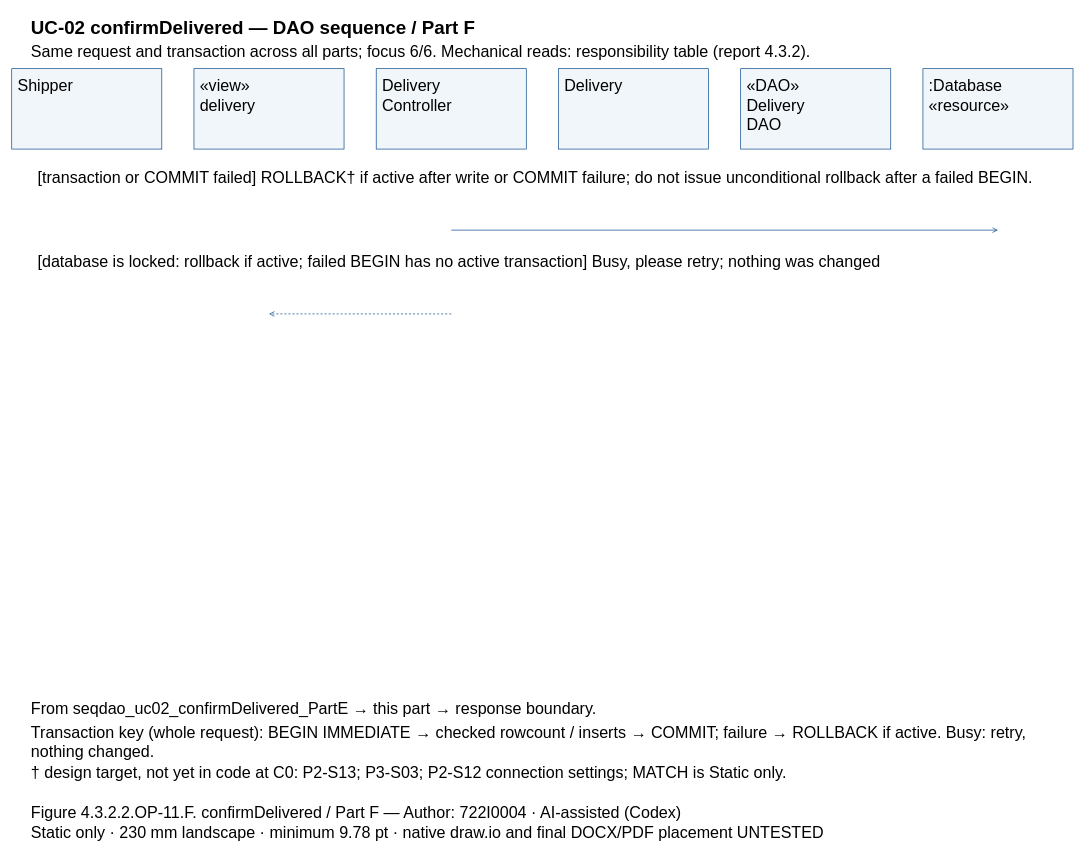
Before: models/UC-02/seqdao_uc02_confirmDelivered_PartF.drawio in Dat071104/SaigonBite, a draw.io diagram. Source tidied: cells renumbered, new cells numbered last; positions are measured from the earlier drawing's top-left corner, leaving out a move shared by most shapes. Both pictures are drawn from the tidied source at 67%, with x=0, y=0 at pixel (11, 11).
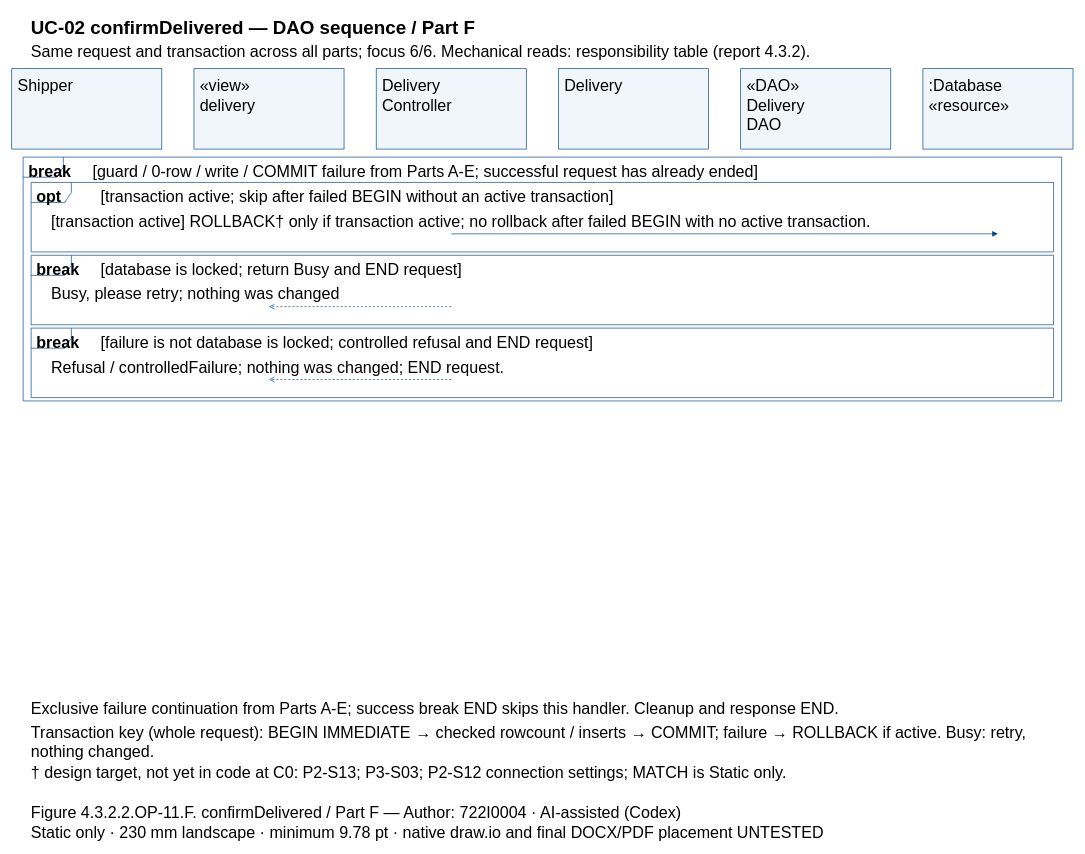
The same page after the edit.

Diff of the diagram source:
```diff
@@
+    <mxCell id="29" style="shape=umlFrame;fillColor=none;strokeColor=#004387;" parent="1" vertex="1">
+      <mxGeometry x="17" y="217" width="1550" height="363.9" as="geometry" />
+    </mxCell>
+    <mxCell id="30" style="shape=umlFrame;fillColor=none;strokeColor=#004387;" parent="1" vertex="1">
+      <mxGeometry x="29" y="254.8" width="1526" height="103.7" as="geometry" />
+    </mxCell>
+    <mxCell id="31" style="shape=umlFrame;fillColor=none;strokeColor=#004387;" parent="1" vertex="1">
+      <mxGeometry x="29" y="363.5" width="1526" height="103.7" as="geometry" />
+    </mxCell>
+    <mxCell id="32" style="shape=umlFrame;fillColor=none;strokeColor=#004387;" parent="1" vertex="1">
+      <mxGeometry x="29" y="472.2" width="1526" height="103.7" as="geometry" />
+    </mxCell>
@@
-    <mxCell id="5" value="Shipper" style="text;html=0;whiteSpace=wrap;align=left;verticalAlign=top;strokeColor=none;fillColor=none;fontFamily=Arial;fontSize=24;fontStyle=0;" parent="1" vertex="1">
-      <mxGeometry x="7" y="90" width="210" height="27.8" as="geometry" />
-    </mxCell>
+    <mxCell id="9" value="Shipper" style="text;html=0;whiteSpace=wrap;align=left;verticalAlign=top;strokeColor=none;fillColor=none;fontFamily=Arial;fontSize=24;fontStyle=0;" parent="1" vertex="1">
+      <mxGeometry x="7" y="90" width="210" height="27.8" as="geometry" />
+    </mxCell>
@@
-    <mxCell id="7" value="«view»&#10;delivery" style="text;html=0;whiteSpace=wrap;align=left;verticalAlign=top;strokeColor=none;fillColor=none;fontFamily=Arial;fontSize=24;fontStyle=0;" parent="1" vertex="1">
-      <mxGeometry x="279" y="90" width="210" height="55.7" as="geometry" />
-    </mxCell>
+    <mxCell id="11" value="«view»&#10;delivery" style="text;html=0;whiteSpace=wrap;align=left;verticalAlign=top;strokeColor=none;fillColor=none;fontFamily=Arial;fontSize=24;fontStyle=0;" parent="1" vertex="1">
+      <mxGeometry x="279" y="90" width="210" height="55.7" as="geometry" />
+    </mxCell>
@@
-    <mxCell id="9" value="Delivery&#10;Controller" style="text;html=0;whiteSpace=wrap;align=left;verticalAlign=top;strokeColor=none;fillColor=none;fontFamily=Arial;fontSize=24;fontStyle=0;" parent="1" vertex="1">
-      <mxGeometry x="551" y="90" width="210" height="55.7" as="geometry" />
-    </mxCell>
+    <mxCell id="13" value="Delivery&#10;Controller" style="text;html=0;whiteSpace=wrap;align=left;verticalAlign=top;strokeColor=none;fillColor=none;fontFamily=Arial;fontSize=24;fontStyle=0;" parent="1" vertex="1">
+      <mxGeometry x="551" y="90" width="210" height="55.7" as="geometry" />
+    </mxCell>
@@
-    <mxCell id="11" value="Delivery" style="text;html=0;whiteSpace=wrap;align=left;verticalAlign=top;strokeColor=none;fillColor=none;fontFamily=Arial;fontSize=24;fontStyle=0;" parent="1" vertex="1">
-      <mxGeometry x="823" y="90" width="210" height="27.8" as="geometry" />
-    </mxCell>
+    <mxCell id="15" value="Delivery" style="text;html=0;whiteSpace=wrap;align=left;verticalAlign=top;strokeColor=none;fillColor=none;fontFamily=Arial;fontSize=24;fontStyle=0;" parent="1" vertex="1">
+      <mxGeometry x="823" y="90" width="210" height="27.8" as="geometry" />
+    </mxCell>
@@
-    <mxCell id="13" value="«DAO»&#10;Delivery&#10;DAO" style="text;html=0;whiteSpace=wrap;align=left;verticalAlign=top;strokeColor=none;fillColor=none;fontFamily=Arial;fontSize=24;fontStyle=0;" parent="1" vertex="1">
-      <mxGeometry x="1095" y="90" width="210" height="83.5" as="geometry" />
-    </mxCell>
+    <mxCell id="33" value="«DAO»&#10;Delivery&#10;DAO" style="text;html=0;whiteSpace=wrap;align=left;verticalAlign=top;strokeColor=none;fillColor=none;fontFamily=Arial;fontSize=24;fontStyle=0;" parent="1" vertex="1">
+      <mxGeometry x="1095" y="90" width="210" height="83.5" as="geometry" />
+    </mxCell>
@@
-    <mxCell id="15" value=":Database&#10;«resource»" style="text;html=0;whiteSpace=wrap;align=left;verticalAlign=top;strokeColor=none;fillColor=none;fontFamily=Arial;fontSize=24;fontStyle=0;" parent="1" vertex="1">
-      <mxGeometry x="1367" y="90" width="210" height="55.7" as="geometry" />
-    </mxCell>
-    <mxCell id="16" value="[transaction or COMMIT failed] ROLLBACK† if active after write or COMMIT failure; do not issue unconditional rollback after a failed BEGIN." style="text;html=0;whiteSpace=wrap;align=left;verticalAlign=top;strokeColor=none;fillColor=none;fontFamily=Arial;fontSize=24;fontStyle=0;" parent="1" vertex="1">
-      <mxGeometry x="37" y="227" width="1510" height="27.8" as="geometry" />
-    </mxCell>
+    <mxCell id="34" value=":Database&#10;«resource»" style="text;html=0;whiteSpace=wrap;align=left;verticalAlign=top;strokeColor=none;fillColor=none;fontFamily=Arial;fontSize=24;fontStyle=0;" parent="1" vertex="1">
+      <mxGeometry x="1367" y="90" width="210" height="55.7" as="geometry" />
+    </mxCell>
+    <mxCell id="35" value="break" style="text;html=0;whiteSpace=wrap;align=left;verticalAlign=top;strokeColor=none;fillColor=none;fontFamily=Arial;fontSize=24;fontStyle=1;" parent="1" vertex="1">
+      <mxGeometry x="23" y="218" width="84" height="27.8" as="geometry" />
+    </mxCell>
+    <mxCell id="36" value="[guard / 0-row / write / COMMIT failure from Parts A-E; successful request has already ended]" style="text;html=0;whiteSpace=wrap;align=left;verticalAlign=top;strokeColor=none;fillColor=none;fontFamily=Arial;fontSize=24;fontStyle=0;" parent="1" vertex="1">
+      <mxGeometry x="119" y="218" width="1438" height="27.8" as="geometry" />
+    </mxCell>
+    <mxCell id="37" value="opt" style="text;html=0;whiteSpace=wrap;align=left;verticalAlign=top;strokeColor=none;fillColor=none;fontFamily=Arial;fontSize=24;fontStyle=1;" parent="1" vertex="1">
+      <mxGeometry x="35" y="255.8" width="84" height="27.8" as="geometry" />
+    </mxCell>
+    <mxCell id="38" value="[transaction active; skip after failed BEGIN without an active transaction]" style="text;html=0;whiteSpace=wrap;align=left;verticalAlign=top;strokeColor=none;fillColor=none;fontFamily=Arial;fontSize=24;fontStyle=0;" parent="1" vertex="1">
+      <mxGeometry x="131" y="255.8" width="1414" height="27.8" as="geometry" />
+    </mxCell>
+    <mxCell id="39" value="break" style="text;html=0;whiteSpace=wrap;align=left;verticalAlign=top;strokeColor=none;fillColor=none;fontFamily=Arial;fontSize=24;fontStyle=1;" parent="1" vertex="1">
+      <mxGeometry x="35" y="364.5" width="84" height="27.8" as="geometry" />
+    </mxCell>
+    <mxCell id="40" value="[database is locked; return Busy and END request]" style="text;html=0;whiteSpace=wrap;align=left;verticalAlign=top;strokeColor=none;fillColor=none;fontFamily=Arial;fontSize=24;fontStyle=0;" parent="1" vertex="1">
+      <mxGeometry x="131" y="364.5" width="1414" height="27.8" as="geometry" />
+    </mxCell>
+    <mxCell id="41" value="break" style="text;html=0;whiteSpace=wrap;align=left;verticalAlign=top;strokeColor=none;fillColor=none;fontFamily=Arial;fontSize=24;fontStyle=1;" parent="1" vertex="1">
+      <mxGeometry x="35" y="473.2" width="84" height="27.8" as="geometry" />
+    </mxCell>
+    <mxCell id="42" value="[failure is not database is locked; controlled refusal and END request]" style="text;html=0;whiteSpace=wrap;align=left;verticalAlign=top;strokeColor=none;fillColor=none;fontFamily=Arial;fontSize=24;fontStyle=0;" parent="1" vertex="1">
+      <mxGeometry x="131" y="473.2" width="1414" height="27.8" as="geometry" />
+    </mxCell>
+    <mxCell id="43" value="[transaction active] ROLLBACK† only if transaction active; no rollback after failed BEGIN with no active transaction." style="text;html=0;whiteSpace=wrap;align=left;verticalAlign=top;strokeColor=none;fillColor=none;fontFamily=Arial;fontSize=24;fontStyle=0;" parent="1" vertex="1">
+      <mxGeometry x="57" y="292.7" width="1470" height="27.8" as="geometry" />
+    </mxCell>
     <mxCell id="17" style="opacity=0;" parent="1" vertex="1">
-      <mxGeometry x="656" y="326" as="geometry" />
+      <mxGeometry x="656" y="331.5" as="geometry" />
     </mxCell>
     <mxCell id="18" style="opacity=0;" parent="1" vertex="1">
-      <mxGeometry x="1472" y="326" as="geometry" />
+      <mxGeometry x="1472" y="331.5" as="geometry" />
     </mxCell>
-    <mxCell id="19" style="edgeStyle=none;endArrow=open;strokeColor=#004387;exitX=0.5;entryX=0.5;exitPerimeter=0;entryPerimeter=0;" parent="1" edge="1" source="17" target="18">
+    <mxCell id="19" style="edgeStyle=none;endArrow=block;endFill=1;strokeColor=#004387;exitX=0.5;entryX=0.5;exitPerimeter=0;entryPerimeter=0;" parent="1" edge="1" source="17" target="18">
       <mxGeometry relative="1" as="geometry" />
     </mxCell>
-    <mxCell id="20" value="[database is locked: rollback if active; failed BEGIN has no active transaction] Busy, please retry; nothing was changed" style="text;html=0;whiteSpace=wrap;align=left;verticalAlign=top;strokeColor=none;fillColor=none;fontFamily=Arial;fontSize=24;fontStyle=0;" parent="1" vertex="1">
-      <mxGeometry x="37" y="352" width="1510" height="27.8" as="geometry" />
-    </mxCell>
+    <mxCell id="44" value="Busy, please retry; nothing was changed" style="text;html=0;whiteSpace=wrap;align=left;verticalAlign=top;strokeColor=none;fillColor=none;fontFamily=Arial;fontSize=24;fontStyle=0;" parent="1" vertex="1">
+      <mxGeometry x="57" y="401.4" width="1470" height="27.8" as="geometry" />
+    </mxCell>
     <mxCell id="21" style="opacity=0;" parent="1" vertex="1">
-      <mxGeometry x="656" y="451" as="geometry" />
+      <mxGeometry x="656" y="440.2" as="geometry" />
     </mxCell>
     <mxCell id="22" style="opacity=0;" parent="1" vertex="1">
-      <mxGeometry x="384" y="451" as="geometry" />
+      <mxGeometry x="384" y="440.2" as="geometry" />
     </mxCell>
-    <mxCell id="23" style="edgeStyle=none;endArrow=open;strokeColor=#004387;dashed=1;exitX=0.5;entryX=0.5;exitPerimeter=0;entryPerimeter=0;" parent="1" edge="1" source="21" target="22">
+    <mxCell id="23" style="edgeStyle=none;endArrow=open;endFill=0;strokeColor=#004387;dashed=1;exitX=0.5;entryX=0.5;exitPerimeter=0;entryPerimeter=0;" parent="1" edge="1" source="21" target="22">
       <mxGeometry relative="1" as="geometry" />
     </mxCell>
-    <mxCell id="24" value="From seqdao_uc02_confirmDelivered_PartE → this part → response boundary." style="text;html=0;whiteSpace=wrap;align=left;verticalAlign=top;strokeColor=none;fillColor=none;fontFamily=Arial;fontSize=24;fontStyle=0;" parent="1" vertex="1">
-      <mxGeometry x="27" y="1020" width="1530" height="27.8" as="geometry" />
-    </mxCell>
+    <mxCell id="45" value="Refusal / controlledFailure; nothing was changed; END request." style="text;html=0;whiteSpace=wrap;align=left;verticalAlign=top;strokeColor=none;fillColor=none;fontFamily=Arial;fontSize=24;fontStyle=0;" parent="1" vertex="1">
+      <mxGeometry x="57" y="510" width="1470" height="27.8" as="geometry" />
+    </mxCell>
+    <mxCell id="46" style="opacity=0;" parent="1" vertex="1">
+      <mxGeometry x="656" y="548.9" as="geometry" />
+    </mxCell>
+    <mxCell id="47" style="opacity=0;" parent="1" vertex="1">
+      <mxGeometry x="384" y="548.9" as="geometry" />
+    </mxCell>
+    <mxCell id="48" style="edgeStyle=none;endArrow=open;endFill=0;strokeColor=#004387;dashed=1;exitX=0.5;entryX=0.5;exitPerimeter=0;entryPerimeter=0;" parent="1" edge="1" source="46" target="47">
+      <mxGeometry relative="1" as="geometry" />
+    </mxCell>
+    <mxCell id="49" value="Exclusive failure continuation from Parts A-E; success break END skips this handler. Cleanup and response END." style="text;html=0;whiteSpace=wrap;align=left;verticalAlign=top;strokeColor=none;fillColor=none;fontFamily=Arial;fontSize=24;fontStyle=0;" parent="1" vertex="1">
+      <mxGeometry x="27" y="1020" width="1530" height="27.8" as="geometry" />
+    </mxCell>
```
